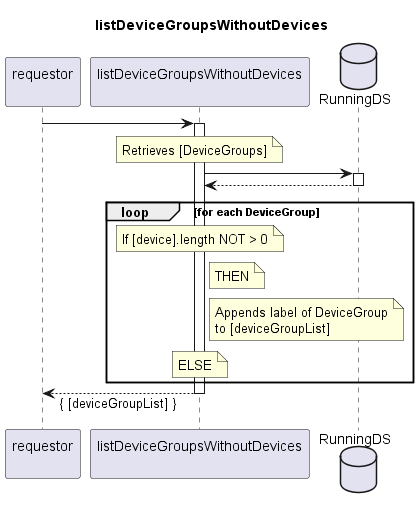
Before: spec/Services/listDeviceGroupsWithoutDevices/1.0.0/listDeviceGroupsWithoutDevices.png, a diagram exported from PlantUML (openBackhaul/FirmWareManager). The source it was exported from:
```plantuml
@startuml listDeviceGroupsWithoutDevices
skinparam responseMessageBelowArrow true

title
  listDeviceGroupsWithoutDevices
end title

participant "requestor\n" as requestor
participant "listDeviceGroupsWithoutDevices\n" as indServ
database "RunningDS" as RunDS

requestor -> indServ
activate indServ

    note over indServ
      Retrieves [DeviceGroups]
    end note
    indServ -> RunDS
    activate RunDS
    indServ <-- RunDS
    deactivate RunDS

  loop for each DeviceGroup
    note over indServ
      If [device].length NOT > 0
    end note
    note right indServ
      THEN
    end note
    note right indServ
      Appends label of DeviceGroup
      to [deviceGroupList]
    end note
    note over indServ
      ELSE
    end note
  end loop

requestor <-- indServ: { [deviceGroupList] }
deactivate indServ

@enduml
```
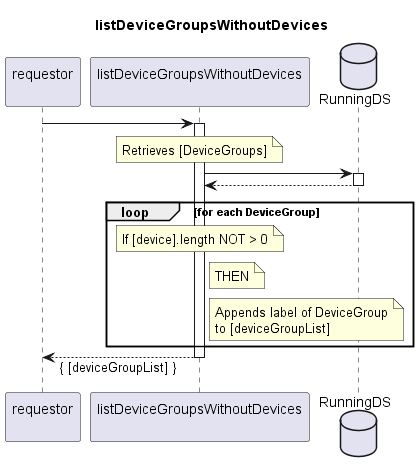
After the commit.

Change to the diagram source:
```diff
@@ -31,9 +31,6 @@
       Appends label of DeviceGroup
       to [deviceGroupList]
     end note
-    note over indServ
-      ELSE
-    end note
   end loop
 
 requestor <-- indServ: { [deviceGroupList] }
```
